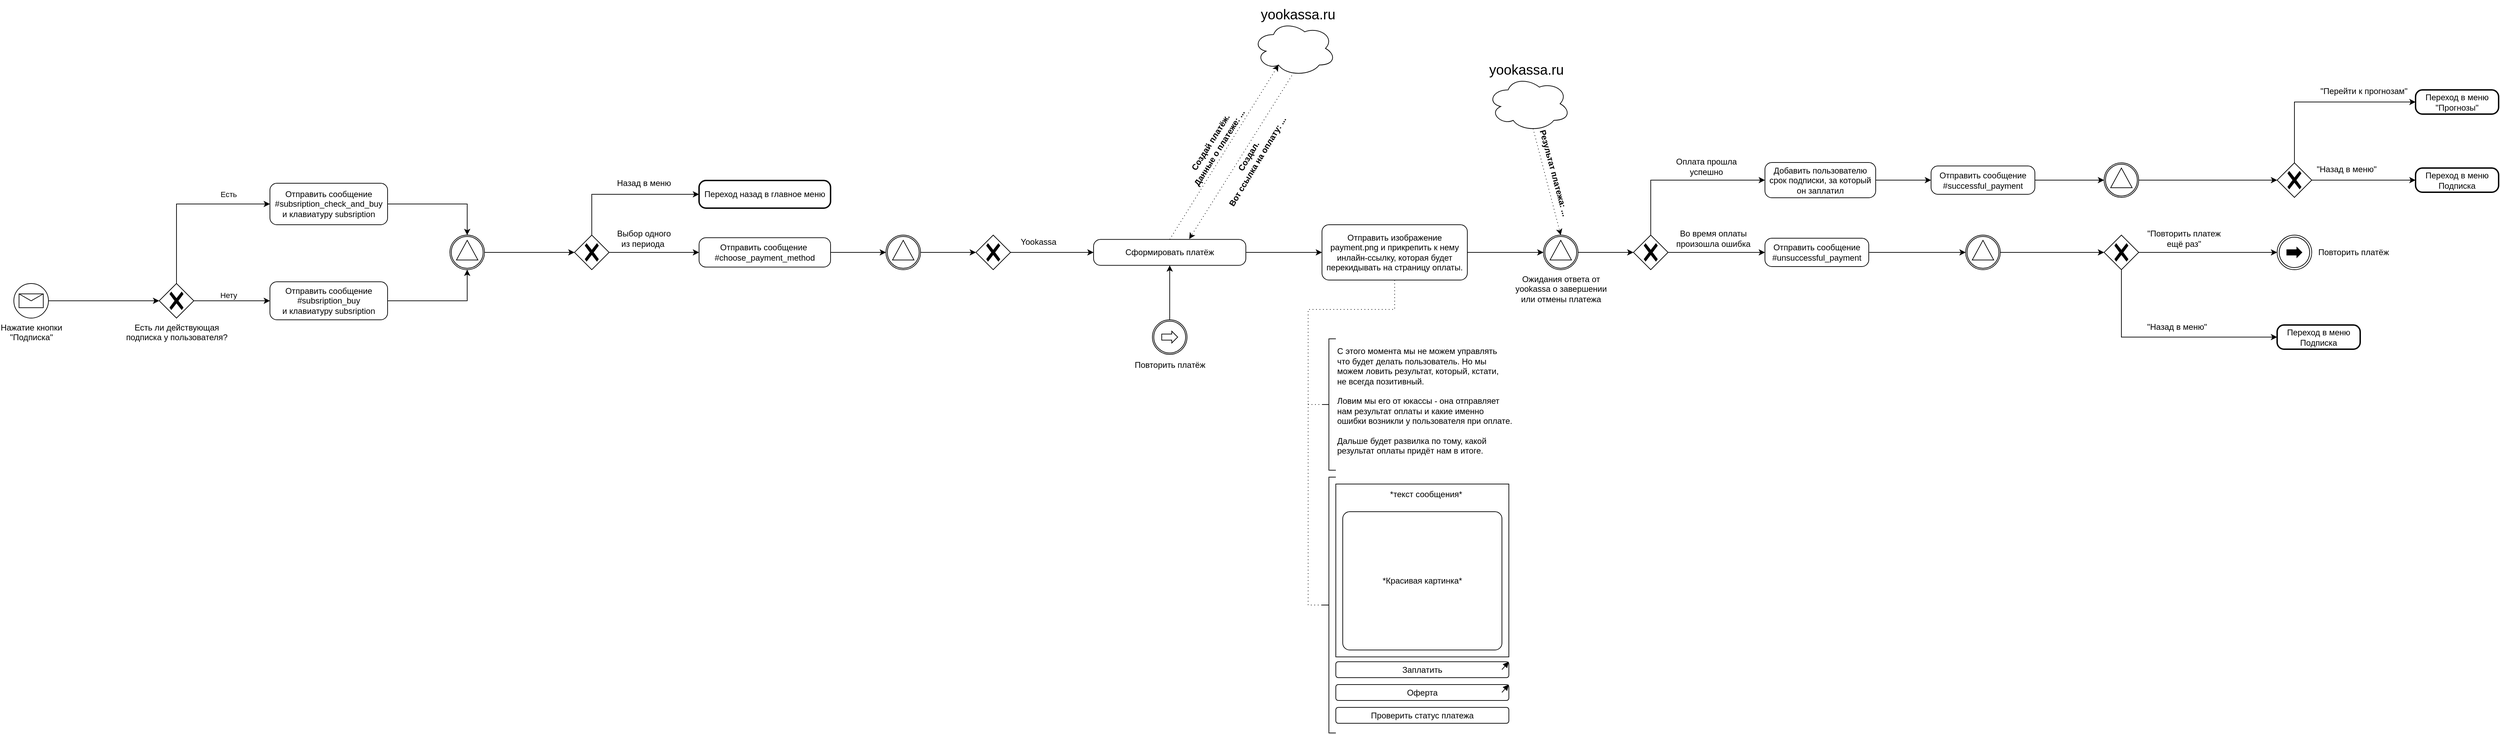
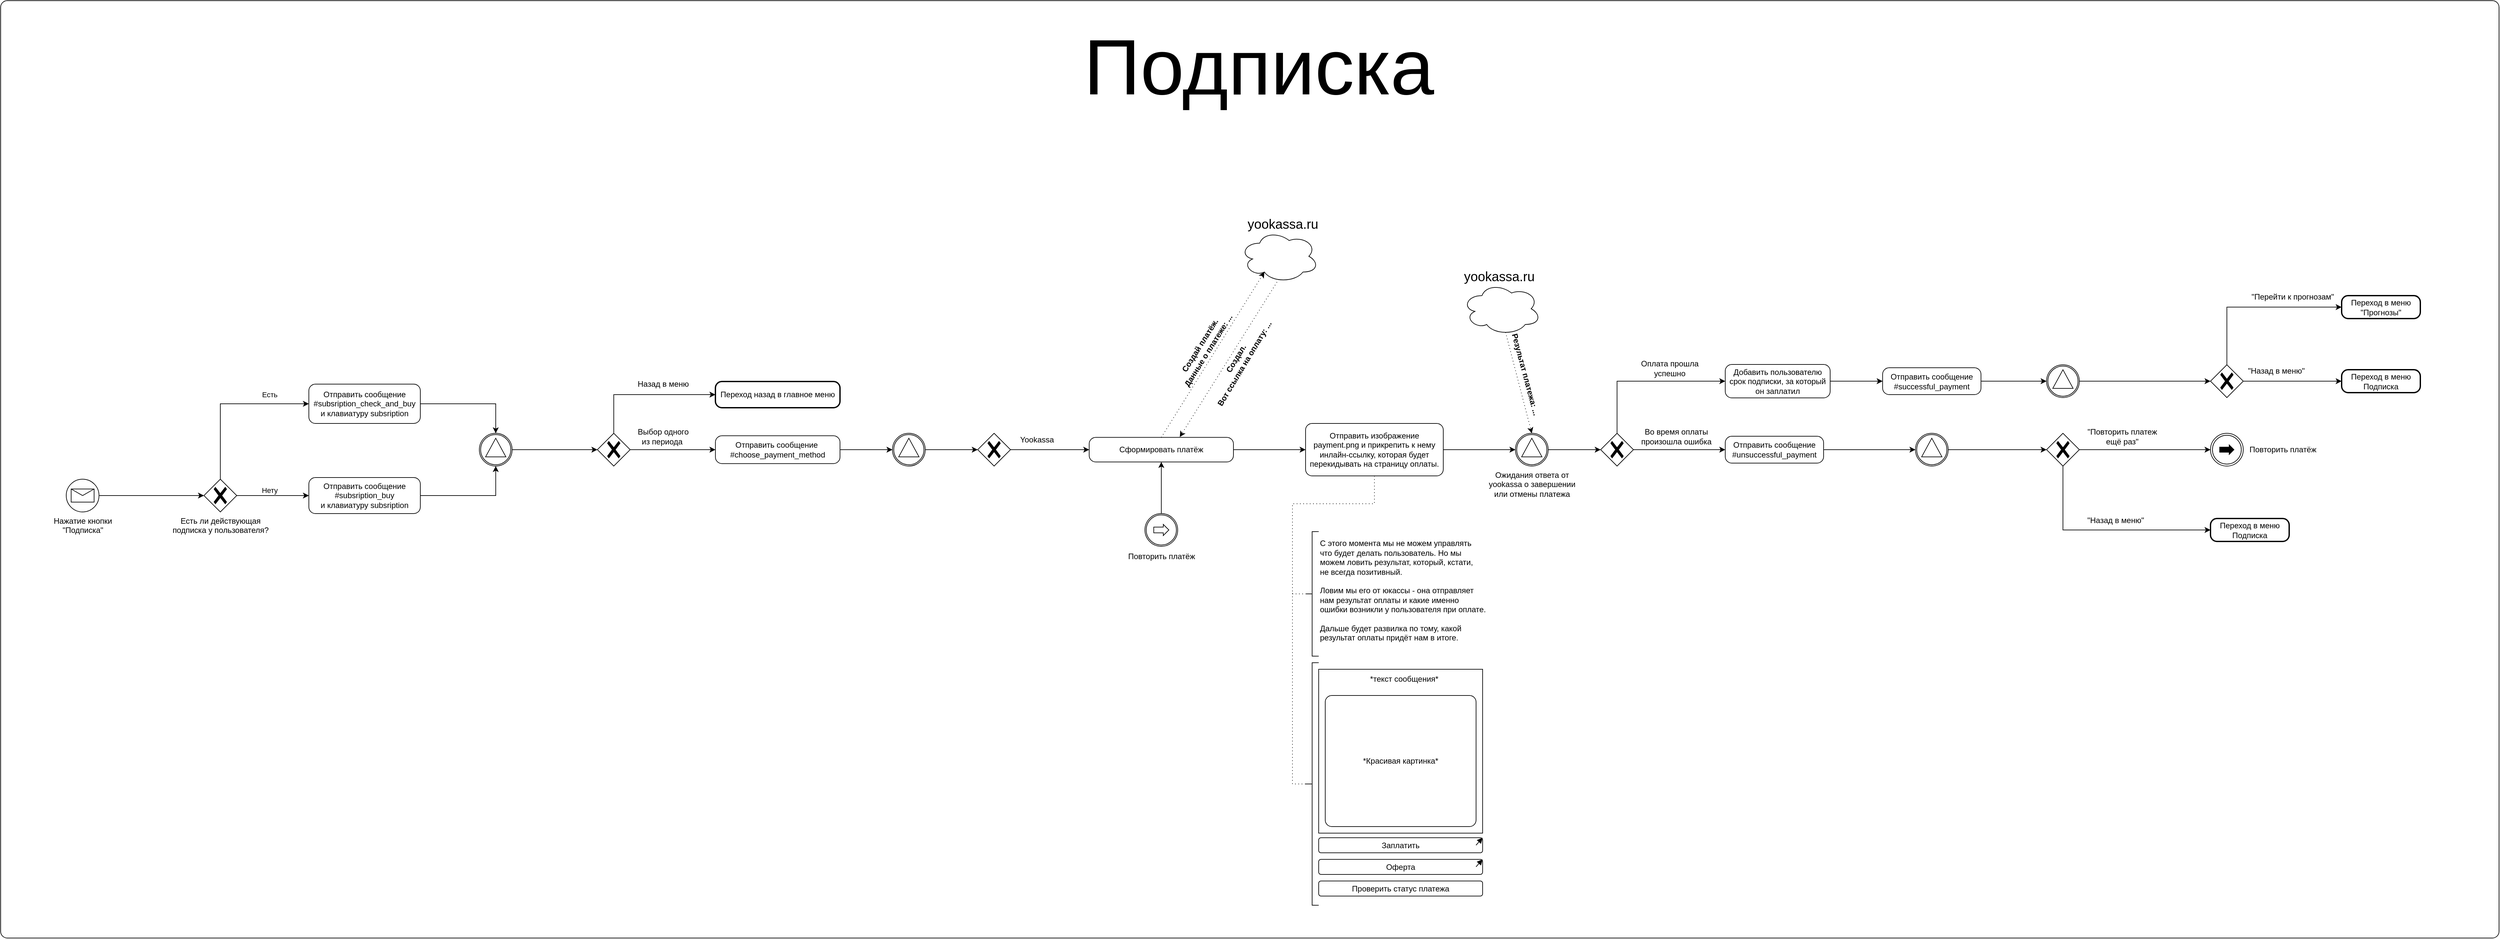
- <mxfile host="app.diagrams.net" modified="2023-09-13T13:39:47.253Z" agent="Mozilla/5.0 (Windows NT 10.0; Win64; x64) AppleWebKit/537.36 (KHTML, like Gecko) Chrome/116.0.0.0 Safari/537.36" etag="viTp61Xx9-LcSARdnPcU" version="21.7.4" type="github">
+ <mxfile host="app.diagrams.net" modified="2023-09-24T17:18:20.935Z" agent="Mozilla/5.0 (Windows NT 10.0; Win64; x64) AppleWebKit/537.36 (KHTML, like Gecko) Chrome/117.0.0.0 Safari/537.36" etag="6R6EO8GtKWrdwXTrS7bM" version="21.8.2" type="github">
  <diagram name="Страница — 1" id="_6Zt3eJy4w_jYMIKWq48">
-     <mxGraphModel dx="759" dy="1230" grid="1" gridSize="10" guides="1" tooltips="1" connect="1" arrows="1" fold="1" page="1" pageScale="1" pageWidth="1169" pageHeight="827" math="0" shadow="0">
+     <mxGraphModel dx="3667" dy="2774" grid="1" gridSize="10" guides="1" tooltips="1" connect="1" arrows="1" fold="1" page="1" pageScale="1" pageWidth="1169" pageHeight="827" math="0" shadow="0">
      <root>
        <mxCell id="0" />
        <mxCell id="1" parent="0" />
        <mxCell id="g65OB6galmypLRfpedKR-5" style="edgeStyle=orthogonalEdgeStyle;rounded=0;orthogonalLoop=1;jettySize=auto;html=1;exitX=1;exitY=0.5;exitDx=0;exitDy=0;exitPerimeter=0;" parent="1" source="g65OB6galmypLRfpedKR-1" target="g65OB6galmypLRfpedKR-4" edge="1">
          <mxGeometry relative="1" as="geometry" />
        </mxCell>
        <mxCell id="g65OB6galmypLRfpedKR-1" value="Нажатие кнопки &lt;br&gt;&quot;Подписка&quot;" style="points=[[0.145,0.145,0],[0.5,0,0],[0.855,0.145,0],[1,0.5,0],[0.855,0.855,0],[0.5,1,0],[0.145,0.855,0],[0,0.5,0]];shape=mxgraph.bpmn.event;html=1;verticalLabelPosition=bottom;labelBackgroundColor=#ffffff;verticalAlign=top;align=center;perimeter=ellipsePerimeter;outlineConnect=0;aspect=fixed;outline=standard;symbol=message;" parent="1" vertex="1">
          <mxGeometry x="590" y="280" width="50" height="50" as="geometry" />
        </mxCell>
        <mxCell id="g65OB6galmypLRfpedKR-8" style="edgeStyle=orthogonalEdgeStyle;rounded=0;orthogonalLoop=1;jettySize=auto;html=1;exitX=1;exitY=0.5;exitDx=0;exitDy=0;exitPerimeter=0;entryX=0;entryY=0.5;entryDx=0;entryDy=0;entryPerimeter=0;" parent="1" source="g65OB6galmypLRfpedKR-4" target="g65OB6galmypLRfpedKR-7" edge="1">
          <mxGeometry relative="1" as="geometry" />
        </mxCell>
        <mxCell id="g65OB6galmypLRfpedKR-9" value="Нету" style="edgeLabel;html=1;align=center;verticalAlign=middle;resizable=0;points=[];" parent="g65OB6galmypLRfpedKR-8" vertex="1" connectable="0">
          <mxGeometry x="-0.1599" y="2" relative="1" as="geometry">
            <mxPoint x="4" y="-6" as="offset" />
          </mxGeometry>
        </mxCell>
        <mxCell id="g65OB6galmypLRfpedKR-11" style="edgeStyle=orthogonalEdgeStyle;rounded=0;orthogonalLoop=1;jettySize=auto;html=1;exitX=0.5;exitY=0;exitDx=0;exitDy=0;exitPerimeter=0;entryX=0;entryY=0.5;entryDx=0;entryDy=0;entryPerimeter=0;" parent="1" source="g65OB6galmypLRfpedKR-4" target="g65OB6galmypLRfpedKR-10" edge="1">
          <mxGeometry relative="1" as="geometry" />
        </mxCell>
        <mxCell id="g65OB6galmypLRfpedKR-4" value="Есть ли действующая &lt;br&gt;подписка у пользователя?" style="points=[[0.25,0.25,0],[0.5,0,0],[0.75,0.25,0],[1,0.5,0],[0.75,0.75,0],[0.5,1,0],[0.25,0.75,0],[0,0.5,0]];shape=mxgraph.bpmn.gateway2;html=1;verticalLabelPosition=bottom;labelBackgroundColor=#ffffff;verticalAlign=top;align=center;perimeter=rhombusPerimeter;outlineConnect=0;outline=none;symbol=none;gwType=exclusive;" parent="1" vertex="1">
          <mxGeometry x="800" y="280" width="50" height="50" as="geometry" />
        </mxCell>
        <mxCell id="g65OB6galmypLRfpedKR-15" style="edgeStyle=orthogonalEdgeStyle;rounded=0;orthogonalLoop=1;jettySize=auto;html=1;exitX=1;exitY=0.5;exitDx=0;exitDy=0;exitPerimeter=0;entryX=0.5;entryY=1;entryDx=0;entryDy=0;entryPerimeter=0;" parent="1" source="g65OB6galmypLRfpedKR-7" target="g65OB6galmypLRfpedKR-13" edge="1">
          <mxGeometry relative="1" as="geometry" />
        </mxCell>
        <mxCell id="g65OB6galmypLRfpedKR-7" value="Отправить сообщение #subsription_buy&lt;br&gt;и клавиатуру subsription" style="points=[[0.25,0,0],[0.5,0,0],[0.75,0,0],[1,0.25,0],[1,0.5,0],[1,0.75,0],[0.75,1,0],[0.5,1,0],[0.25,1,0],[0,0.75,0],[0,0.5,0],[0,0.25,0]];shape=mxgraph.bpmn.task;whiteSpace=wrap;rectStyle=rounded;size=10;html=1;container=1;expand=0;collapsible=0;taskMarker=abstract;" parent="1" vertex="1">
          <mxGeometry x="960" y="277.5" width="170" height="55" as="geometry" />
        </mxCell>
        <mxCell id="g65OB6galmypLRfpedKR-14" style="edgeStyle=orthogonalEdgeStyle;rounded=0;orthogonalLoop=1;jettySize=auto;html=1;exitX=1;exitY=0.5;exitDx=0;exitDy=0;exitPerimeter=0;entryX=0.5;entryY=0;entryDx=0;entryDy=0;entryPerimeter=0;" parent="1" source="g65OB6galmypLRfpedKR-10" target="g65OB6galmypLRfpedKR-13" edge="1">
          <mxGeometry relative="1" as="geometry" />
        </mxCell>
        <mxCell id="g65OB6galmypLRfpedKR-10" value="Отправить сообщение #subsription_check_and_buy&lt;br&gt;и клавиатуру subsription" style="points=[[0.25,0,0],[0.5,0,0],[0.75,0,0],[1,0.25,0],[1,0.5,0],[1,0.75,0],[0.75,1,0],[0.5,1,0],[0.25,1,0],[0,0.75,0],[0,0.5,0],[0,0.25,0]];shape=mxgraph.bpmn.task;whiteSpace=wrap;rectStyle=rounded;size=10;html=1;container=1;expand=0;collapsible=0;taskMarker=abstract;" parent="1" vertex="1">
          <mxGeometry x="960" y="135" width="170" height="60" as="geometry" />
        </mxCell>
        <mxCell id="g65OB6galmypLRfpedKR-12" value="Есть" style="edgeLabel;html=1;align=center;verticalAlign=middle;resizable=0;points=[];" parent="1" vertex="1" connectable="0">
          <mxGeometry x="900" y="151" as="geometry" />
        </mxCell>
        <mxCell id="g65OB6galmypLRfpedKR-18" style="edgeStyle=orthogonalEdgeStyle;rounded=0;orthogonalLoop=1;jettySize=auto;html=1;exitX=1;exitY=0.5;exitDx=0;exitDy=0;exitPerimeter=0;entryX=0;entryY=0.5;entryDx=0;entryDy=0;entryPerimeter=0;" parent="1" source="g65OB6galmypLRfpedKR-13" target="g65OB6galmypLRfpedKR-17" edge="1">
          <mxGeometry relative="1" as="geometry" />
        </mxCell>
        <mxCell id="g65OB6galmypLRfpedKR-13" value="" style="points=[[0.145,0.145,0],[0.5,0,0],[0.855,0.145,0],[1,0.5,0],[0.855,0.855,0],[0.5,1,0],[0.145,0.855,0],[0,0.5,0]];shape=mxgraph.bpmn.event;html=1;verticalLabelPosition=bottom;labelBackgroundColor=#ffffff;verticalAlign=top;align=center;perimeter=ellipsePerimeter;outlineConnect=0;aspect=fixed;outline=catching;symbol=signal;" parent="1" vertex="1">
          <mxGeometry x="1220" y="210" width="50" height="50" as="geometry" />
        </mxCell>
        <mxCell id="g65OB6galmypLRfpedKR-20" style="edgeStyle=orthogonalEdgeStyle;rounded=0;orthogonalLoop=1;jettySize=auto;html=1;exitX=0.5;exitY=0;exitDx=0;exitDy=0;exitPerimeter=0;entryX=0;entryY=0.5;entryDx=0;entryDy=0;entryPerimeter=0;" parent="1" source="g65OB6galmypLRfpedKR-17" target="g65OB6galmypLRfpedKR-19" edge="1">
          <mxGeometry relative="1" as="geometry" />
        </mxCell>
        <mxCell id="g65OB6galmypLRfpedKR-26" style="edgeStyle=orthogonalEdgeStyle;rounded=0;orthogonalLoop=1;jettySize=auto;html=1;exitX=1;exitY=0.5;exitDx=0;exitDy=0;exitPerimeter=0;entryX=0;entryY=0.5;entryDx=0;entryDy=0;entryPerimeter=0;" parent="1" source="g65OB6galmypLRfpedKR-17" target="g65OB6galmypLRfpedKR-25" edge="1">
          <mxGeometry relative="1" as="geometry" />
        </mxCell>
        <mxCell id="g65OB6galmypLRfpedKR-17" value="" style="points=[[0.25,0.25,0],[0.5,0,0],[0.75,0.25,0],[1,0.5,0],[0.75,0.75,0],[0.5,1,0],[0.25,0.75,0],[0,0.5,0]];shape=mxgraph.bpmn.gateway2;html=1;verticalLabelPosition=bottom;labelBackgroundColor=#ffffff;verticalAlign=top;align=center;perimeter=rhombusPerimeter;outlineConnect=0;outline=none;symbol=none;gwType=exclusive;" parent="1" vertex="1">
          <mxGeometry x="1400" y="210" width="50" height="50" as="geometry" />
        </mxCell>
        <mxCell id="g65OB6galmypLRfpedKR-19" value="Переход назад в главное меню" style="points=[[0.25,0,0],[0.5,0,0],[0.75,0,0],[1,0.25,0],[1,0.5,0],[1,0.75,0],[0.75,1,0],[0.5,1,0],[0.25,1,0],[0,0.75,0],[0,0.5,0],[0,0.25,0]];shape=mxgraph.bpmn.task;whiteSpace=wrap;rectStyle=rounded;size=10;html=1;container=1;expand=0;collapsible=0;taskMarker=abstract;strokeWidth=2;" parent="1" vertex="1">
          <mxGeometry x="1580" y="131" width="190" height="40" as="geometry" />
        </mxCell>
        <mxCell id="g65OB6galmypLRfpedKR-21" value="Назад в меню" style="text;html=1;align=center;verticalAlign=middle;resizable=0;points=[];autosize=1;strokeColor=none;fillColor=none;" parent="1" vertex="1">
          <mxGeometry x="1450" y="120" width="100" height="30" as="geometry" />
        </mxCell>
        <mxCell id="g65OB6galmypLRfpedKR-31" style="edgeStyle=orthogonalEdgeStyle;rounded=0;orthogonalLoop=1;jettySize=auto;html=1;exitX=1;exitY=0.5;exitDx=0;exitDy=0;exitPerimeter=0;entryX=0;entryY=0.5;entryDx=0;entryDy=0;entryPerimeter=0;" parent="1" source="g65OB6galmypLRfpedKR-25" target="g65OB6galmypLRfpedKR-29" edge="1">
          <mxGeometry relative="1" as="geometry" />
        </mxCell>
        <mxCell id="g65OB6galmypLRfpedKR-25" value="Отправить сообщение&amp;nbsp;&lt;br&gt;#choose_payment_method" style="points=[[0.25,0,0],[0.5,0,0],[0.75,0,0],[1,0.25,0],[1,0.5,0],[1,0.75,0],[0.75,1,0],[0.5,1,0],[0.25,1,0],[0,0.75,0],[0,0.5,0],[0,0.25,0]];shape=mxgraph.bpmn.task;whiteSpace=wrap;rectStyle=rounded;size=10;html=1;container=1;expand=0;collapsible=0;taskMarker=abstract;" parent="1" vertex="1">
          <mxGeometry x="1580" y="213.75" width="190" height="42.5" as="geometry" />
        </mxCell>
        <mxCell id="g65OB6galmypLRfpedKR-27" value="Выбор одного &lt;br&gt;из периода&amp;nbsp;" style="text;html=1;align=center;verticalAlign=middle;resizable=0;points=[];autosize=1;strokeColor=none;fillColor=none;" parent="1" vertex="1">
          <mxGeometry x="1450" y="195" width="100" height="40" as="geometry" />
        </mxCell>
        <mxCell id="g65OB6galmypLRfpedKR-28" style="edgeStyle=orthogonalEdgeStyle;rounded=0;orthogonalLoop=1;jettySize=auto;html=1;exitX=1;exitY=0.5;exitDx=0;exitDy=0;exitPerimeter=0;entryX=0;entryY=0.5;entryDx=0;entryDy=0;entryPerimeter=0;" parent="1" source="g65OB6galmypLRfpedKR-29" target="g65OB6galmypLRfpedKR-30" edge="1">
          <mxGeometry relative="1" as="geometry" />
        </mxCell>
        <mxCell id="g65OB6galmypLRfpedKR-29" value="" style="points=[[0.145,0.145,0],[0.5,0,0],[0.855,0.145,0],[1,0.5,0],[0.855,0.855,0],[0.5,1,0],[0.145,0.855,0],[0,0.5,0]];shape=mxgraph.bpmn.event;html=1;verticalLabelPosition=bottom;labelBackgroundColor=#ffffff;verticalAlign=top;align=center;perimeter=ellipsePerimeter;outlineConnect=0;aspect=fixed;outline=catching;symbol=signal;" parent="1" vertex="1">
          <mxGeometry x="1850" y="210" width="50" height="50" as="geometry" />
        </mxCell>
        <mxCell id="g65OB6galmypLRfpedKR-34" style="edgeStyle=orthogonalEdgeStyle;rounded=0;orthogonalLoop=1;jettySize=auto;html=1;exitX=1;exitY=0.5;exitDx=0;exitDy=0;exitPerimeter=0;" parent="1" source="g65OB6galmypLRfpedKR-30" target="g65OB6galmypLRfpedKR-32" edge="1">
          <mxGeometry relative="1" as="geometry" />
        </mxCell>
        <mxCell id="g65OB6galmypLRfpedKR-30" value="" style="points=[[0.25,0.25,0],[0.5,0,0],[0.75,0.25,0],[1,0.5,0],[0.75,0.75,0],[0.5,1,0],[0.25,0.75,0],[0,0.5,0]];shape=mxgraph.bpmn.gateway2;html=1;verticalLabelPosition=bottom;labelBackgroundColor=#ffffff;verticalAlign=top;align=center;perimeter=rhombusPerimeter;outlineConnect=0;outline=none;symbol=none;gwType=exclusive;" parent="1" vertex="1">
          <mxGeometry x="1980" y="210" width="50" height="50" as="geometry" />
        </mxCell>
        <mxCell id="g65OB6galmypLRfpedKR-37" style="rounded=0;orthogonalLoop=1;jettySize=auto;html=1;exitX=0.5;exitY=0;exitDx=0;exitDy=0;exitPerimeter=0;entryX=0.31;entryY=0.8;entryDx=0;entryDy=0;entryPerimeter=0;strokeColor=default;dashed=1;dashPattern=1 4;" parent="1" source="g65OB6galmypLRfpedKR-32" target="g65OB6galmypLRfpedKR-36" edge="1">
          <mxGeometry relative="1" as="geometry" />
        </mxCell>
        <mxCell id="g65OB6galmypLRfpedKR-46" style="edgeStyle=orthogonalEdgeStyle;rounded=0;orthogonalLoop=1;jettySize=auto;html=1;exitX=1;exitY=0.5;exitDx=0;exitDy=0;exitPerimeter=0;entryX=0;entryY=0.5;entryDx=0;entryDy=0;entryPerimeter=0;" parent="1" source="g65OB6galmypLRfpedKR-32" target="g65OB6galmypLRfpedKR-45" edge="1">
          <mxGeometry relative="1" as="geometry" />
        </mxCell>
        <mxCell id="g65OB6galmypLRfpedKR-32" value="Сформировать платёж" style="points=[[0.25,0,0],[0.5,0,0],[0.75,0,0],[1,0.25,0],[1,0.5,0],[1,0.75,0],[0.75,1,0],[0.5,1,0],[0.25,1,0],[0,0.75,0],[0,0.5,0],[0,0.25,0]];shape=mxgraph.bpmn.task;whiteSpace=wrap;rectStyle=rounded;size=10;html=1;container=1;expand=0;collapsible=0;taskMarker=abstract;" parent="1" vertex="1">
          <mxGeometry x="2150" y="216.25" width="220" height="37.5" as="geometry" />
        </mxCell>
        <mxCell id="g65OB6galmypLRfpedKR-35" value="Yookassa" style="text;html=1;align=center;verticalAlign=middle;resizable=0;points=[];autosize=1;strokeColor=none;fillColor=none;" parent="1" vertex="1">
          <mxGeometry x="2030" y="205" width="80" height="30" as="geometry" />
        </mxCell>
        <mxCell id="g65OB6galmypLRfpedKR-39" style="rounded=0;orthogonalLoop=1;jettySize=auto;html=1;exitX=0.492;exitY=0.939;exitDx=0;exitDy=0;exitPerimeter=0;dashed=1;dashPattern=1 4;entryX=0.628;entryY=-0.016;entryDx=0;entryDy=0;entryPerimeter=0;" parent="1" source="g65OB6galmypLRfpedKR-36" target="g65OB6galmypLRfpedKR-32" edge="1">
          <mxGeometry relative="1" as="geometry">
            <mxPoint x="2290" y="210" as="targetPoint" />
          </mxGeometry>
        </mxCell>
        <mxCell id="g65OB6galmypLRfpedKR-36" value="" style="ellipse;shape=cloud;whiteSpace=wrap;html=1;" parent="1" vertex="1">
          <mxGeometry x="2380" y="-100" width="120" height="80" as="geometry" />
        </mxCell>
        <mxCell id="g65OB6galmypLRfpedKR-38" value="Создай платёж. &lt;br&gt;Данные о платеже: ..." style="text;html=1;align=center;verticalAlign=middle;resizable=0;points=[];autosize=1;strokeColor=none;fillColor=none;rotation=302;fontStyle=1" parent="1" vertex="1">
          <mxGeometry x="2250" y="60" width="150" height="40" as="geometry" />
        </mxCell>
        <mxCell id="g65OB6galmypLRfpedKR-40" value="Создал. &lt;br&gt;Вот ссылка на оплату: ..." style="text;html=1;align=center;verticalAlign=middle;resizable=0;points=[];autosize=1;strokeColor=none;fillColor=none;rotation=301;fontStyle=1" parent="1" vertex="1">
          <mxGeometry x="2295" y="80" width="170" height="40" as="geometry" />
        </mxCell>
        <mxCell id="g65OB6galmypLRfpedKR-44" value="yookassa.ru" style="text;html=1;align=center;verticalAlign=middle;resizable=0;points=[];autosize=1;strokeColor=none;fillColor=none;fontSize=20;" parent="1" vertex="1">
          <mxGeometry x="2380" y="-130" width="130" height="40" as="geometry" />
        </mxCell>
        <mxCell id="g65OB6galmypLRfpedKR-48" style="edgeStyle=orthogonalEdgeStyle;rounded=0;orthogonalLoop=1;jettySize=auto;html=1;exitX=0.5;exitY=1;exitDx=0;exitDy=0;exitPerimeter=0;entryX=0;entryY=0.5;entryDx=0;entryDy=0;entryPerimeter=0;endArrow=none;endFill=0;dashed=1;dashPattern=1 4;" parent="1" source="g65OB6galmypLRfpedKR-45" target="g65OB6galmypLRfpedKR-47" edge="1">
          <mxGeometry relative="1" as="geometry" />
        </mxCell>
        <mxCell id="g65OB6galmypLRfpedKR-56" style="edgeStyle=orthogonalEdgeStyle;rounded=0;orthogonalLoop=1;jettySize=auto;html=1;exitX=1;exitY=0.5;exitDx=0;exitDy=0;exitPerimeter=0;" parent="1" source="g65OB6galmypLRfpedKR-45" target="g65OB6galmypLRfpedKR-54" edge="1">
          <mxGeometry relative="1" as="geometry" />
        </mxCell>
        <mxCell id="g65OB6galmypLRfpedKR-45" value="Отправить изображение payment.png и прикрепить к нему инлайн-ссылку, которая будет перекидывать на страницу оплаты." style="points=[[0.25,0,0],[0.5,0,0],[0.75,0,0],[1,0.25,0],[1,0.5,0],[1,0.75,0],[0.75,1,0],[0.5,1,0],[0.25,1,0],[0,0.75,0],[0,0.5,0],[0,0.25,0]];shape=mxgraph.bpmn.task;whiteSpace=wrap;rectStyle=rounded;size=10;html=1;container=1;expand=0;collapsible=0;taskMarker=abstract;" parent="1" vertex="1">
          <mxGeometry x="2480" y="195" width="210" height="80" as="geometry" />
        </mxCell>
        <mxCell id="g65OB6galmypLRfpedKR-50" value="" style="group" parent="1" vertex="1" connectable="0">
          <mxGeometry x="2480" y="390" width="300" height="160" as="geometry" />
        </mxCell>
        <mxCell id="g65OB6galmypLRfpedKR-47" value="" style="html=1;shape=mxgraph.flowchart.annotation_2;align=left;labelPosition=right;" parent="g65OB6galmypLRfpedKR-50" vertex="1">
          <mxGeometry y="-30" width="20" height="190" as="geometry" />
        </mxCell>
        <mxCell id="g65OB6galmypLRfpedKR-49" value="С этого момента мы не можем управлять&lt;br&gt;что будет делать пользователь. Но мы&lt;br&gt;можем ловить результат, который, кстати,&lt;br&gt;не всегда позитивный. &lt;br&gt;&lt;br&gt;Ловим мы его от юкассы - она отправляет &lt;br&gt;нам результат оплаты и какие именно &lt;br&gt;ошибки возникли у пользователя при оплате.&lt;br&gt;&lt;br&gt;Дальше будет развилка по тому, какой &lt;br&gt;результат оплаты придёт нам в итоге." style="text;html=1;align=left;verticalAlign=middle;resizable=0;points=[];autosize=1;strokeColor=none;fillColor=none;" parent="g65OB6galmypLRfpedKR-50" vertex="1">
          <mxGeometry x="20" y="-25" width="280" height="170" as="geometry" />
        </mxCell>
        <mxCell id="g65OB6galmypLRfpedKR-53" style="edgeStyle=orthogonalEdgeStyle;rounded=0;orthogonalLoop=1;jettySize=auto;html=1;exitX=1;exitY=0.5;exitDx=0;exitDy=0;exitPerimeter=0;entryX=0;entryY=0.5;entryDx=0;entryDy=0;entryPerimeter=0;" parent="1" source="g65OB6galmypLRfpedKR-54" target="g65OB6galmypLRfpedKR-55" edge="1">
          <mxGeometry relative="1" as="geometry" />
        </mxCell>
        <mxCell id="g65OB6galmypLRfpedKR-54" value="Ожидания ответа от &lt;br&gt;yookassa о&amp;nbsp;завершении&lt;br&gt;или отмены платежа" style="points=[[0.145,0.145,0],[0.5,0,0],[0.855,0.145,0],[1,0.5,0],[0.855,0.855,0],[0.5,1,0],[0.145,0.855,0],[0,0.5,0]];shape=mxgraph.bpmn.event;html=1;verticalLabelPosition=bottom;labelBackgroundColor=#ffffff;verticalAlign=top;align=center;perimeter=ellipsePerimeter;outlineConnect=0;aspect=fixed;outline=catching;symbol=signal;" parent="1" vertex="1">
          <mxGeometry x="2800" y="210" width="50" height="50" as="geometry" />
        </mxCell>
        <mxCell id="g65OB6galmypLRfpedKR-66" style="edgeStyle=orthogonalEdgeStyle;rounded=0;orthogonalLoop=1;jettySize=auto;html=1;exitX=0.5;exitY=0;exitDx=0;exitDy=0;exitPerimeter=0;entryX=0;entryY=0.5;entryDx=0;entryDy=0;entryPerimeter=0;" parent="1" source="g65OB6galmypLRfpedKR-55" target="g65OB6galmypLRfpedKR-65" edge="1">
          <mxGeometry relative="1" as="geometry" />
        </mxCell>
        <mxCell id="g65OB6galmypLRfpedKR-70" style="edgeStyle=orthogonalEdgeStyle;rounded=0;orthogonalLoop=1;jettySize=auto;html=1;exitX=1;exitY=0.5;exitDx=0;exitDy=0;exitPerimeter=0;entryX=0;entryY=0.5;entryDx=0;entryDy=0;entryPerimeter=0;" parent="1" source="g65OB6galmypLRfpedKR-55" target="g65OB6galmypLRfpedKR-69" edge="1">
          <mxGeometry relative="1" as="geometry" />
        </mxCell>
        <mxCell id="g65OB6galmypLRfpedKR-55" value="" style="points=[[0.25,0.25,0],[0.5,0,0],[0.75,0.25,0],[1,0.5,0],[0.75,0.75,0],[0.5,1,0],[0.25,0.75,0],[0,0.5,0]];shape=mxgraph.bpmn.gateway2;html=1;verticalLabelPosition=bottom;labelBackgroundColor=#ffffff;verticalAlign=top;align=center;perimeter=rhombusPerimeter;outlineConnect=0;outline=none;symbol=none;gwType=exclusive;" parent="1" vertex="1">
          <mxGeometry x="2930" y="210" width="50" height="50" as="geometry" />
        </mxCell>
        <mxCell id="g65OB6galmypLRfpedKR-82" style="edgeStyle=orthogonalEdgeStyle;rounded=0;orthogonalLoop=1;jettySize=auto;html=1;exitX=1;exitY=0.5;exitDx=0;exitDy=0;exitPerimeter=0;entryX=0;entryY=0.5;entryDx=0;entryDy=0;entryPerimeter=0;" parent="1" source="g65OB6galmypLRfpedKR-57" target="g65OB6galmypLRfpedKR-81" edge="1">
          <mxGeometry relative="1" as="geometry" />
        </mxCell>
        <mxCell id="g65OB6galmypLRfpedKR-57" value="Отправить сообщение #successful_payment" style="points=[[0.25,0,0],[0.5,0,0],[0.75,0,0],[1,0.25,0],[1,0.5,0],[1,0.75,0],[0.75,1,0],[0.5,1,0],[0.25,1,0],[0,0.75,0],[0,0.5,0],[0,0.25,0]];shape=mxgraph.bpmn.task;whiteSpace=wrap;rectStyle=rounded;size=10;html=1;container=1;expand=0;collapsible=0;taskMarker=abstract;" parent="1" vertex="1">
          <mxGeometry x="3360" y="110" width="150" height="41" as="geometry" />
        </mxCell>
        <mxCell id="g65OB6galmypLRfpedKR-61" style="rounded=0;orthogonalLoop=1;jettySize=auto;html=1;exitX=0.55;exitY=0.95;exitDx=0;exitDy=0;exitPerimeter=0;entryX=0.5;entryY=0;entryDx=0;entryDy=0;entryPerimeter=0;dashed=1;dashPattern=1 4;" parent="1" source="g65OB6galmypLRfpedKR-59" target="g65OB6galmypLRfpedKR-54" edge="1">
          <mxGeometry relative="1" as="geometry" />
        </mxCell>
        <mxCell id="g65OB6galmypLRfpedKR-59" value="" style="ellipse;shape=cloud;whiteSpace=wrap;html=1;" parent="1" vertex="1">
          <mxGeometry x="2719" y="-20" width="120" height="80" as="geometry" />
        </mxCell>
        <mxCell id="g65OB6galmypLRfpedKR-60" value="yookassa.ru" style="text;html=1;align=center;verticalAlign=middle;resizable=0;points=[];autosize=1;strokeColor=none;fillColor=none;fontSize=20;" parent="1" vertex="1">
          <mxGeometry x="2710" y="-50" width="130" height="40" as="geometry" />
        </mxCell>
        <mxCell id="g65OB6galmypLRfpedKR-63" value="Результат платежа: ..." style="text;html=1;align=center;verticalAlign=middle;resizable=0;points=[];autosize=1;strokeColor=none;fillColor=none;rotation=75;fontStyle=1" parent="1" vertex="1">
          <mxGeometry x="2740" y="105" width="150" height="30" as="geometry" />
        </mxCell>
        <mxCell id="g65OB6galmypLRfpedKR-64" value="Оплата прошла&lt;br&gt;успешно" style="text;html=1;align=center;verticalAlign=middle;resizable=0;points=[];autosize=1;strokeColor=none;fillColor=none;" parent="1" vertex="1">
          <mxGeometry x="2980" y="91" width="110" height="40" as="geometry" />
        </mxCell>
        <mxCell id="g65OB6galmypLRfpedKR-67" style="edgeStyle=orthogonalEdgeStyle;rounded=0;orthogonalLoop=1;jettySize=auto;html=1;exitX=1;exitY=0.5;exitDx=0;exitDy=0;exitPerimeter=0;entryX=0;entryY=0.5;entryDx=0;entryDy=0;entryPerimeter=0;" parent="1" source="g65OB6galmypLRfpedKR-65" target="g65OB6galmypLRfpedKR-57" edge="1">
          <mxGeometry relative="1" as="geometry" />
        </mxCell>
        <mxCell id="g65OB6galmypLRfpedKR-65" value="Добавить пользователю срок подписки, за который он заплатил" style="points=[[0.25,0,0],[0.5,0,0],[0.75,0,0],[1,0.25,0],[1,0.5,0],[1,0.75,0],[0.75,1,0],[0.5,1,0],[0.25,1,0],[0,0.75,0],[0,0.5,0],[0,0.25,0]];shape=mxgraph.bpmn.task;whiteSpace=wrap;rectStyle=rounded;size=10;html=1;container=1;expand=0;collapsible=0;taskMarker=abstract;" parent="1" vertex="1">
          <mxGeometry x="3120" y="105" width="160" height="51" as="geometry" />
        </mxCell>
        <mxCell id="g65OB6galmypLRfpedKR-78" style="edgeStyle=orthogonalEdgeStyle;rounded=0;orthogonalLoop=1;jettySize=auto;html=1;exitX=1;exitY=0.5;exitDx=0;exitDy=0;exitPerimeter=0;entryX=0;entryY=0.5;entryDx=0;entryDy=0;entryPerimeter=0;" parent="1" source="g65OB6galmypLRfpedKR-69" target="g65OB6galmypLRfpedKR-77" edge="1">
          <mxGeometry relative="1" as="geometry" />
        </mxCell>
        <mxCell id="g65OB6galmypLRfpedKR-69" value="Отправить сообщение #unsuccessful_payment" style="points=[[0.25,0,0],[0.5,0,0],[0.75,0,0],[1,0.25,0],[1,0.5,0],[1,0.75,0],[0.75,1,0],[0.5,1,0],[0.25,1,0],[0,0.75,0],[0,0.5,0],[0,0.25,0]];shape=mxgraph.bpmn.task;whiteSpace=wrap;rectStyle=rounded;size=10;html=1;container=1;expand=0;collapsible=0;taskMarker=abstract;" parent="1" vertex="1">
          <mxGeometry x="3120" y="214.5" width="150" height="41" as="geometry" />
        </mxCell>
        <mxCell id="g65OB6galmypLRfpedKR-86" style="edgeStyle=orthogonalEdgeStyle;rounded=0;orthogonalLoop=1;jettySize=auto;html=1;exitX=1;exitY=0.5;exitDx=0;exitDy=0;exitPerimeter=0;entryX=0;entryY=0.5;entryDx=0;entryDy=0;entryPerimeter=0;" parent="1" source="g65OB6galmypLRfpedKR-74" target="g65OB6galmypLRfpedKR-85" edge="1">
          <mxGeometry relative="1" as="geometry">
            <mxPoint x="3910" y="130" as="sourcePoint" />
          </mxGeometry>
        </mxCell>
        <mxCell id="g65OB6galmypLRfpedKR-108" style="edgeStyle=orthogonalEdgeStyle;rounded=0;orthogonalLoop=1;jettySize=auto;html=1;exitX=1;exitY=0.5;exitDx=0;exitDy=0;exitPerimeter=0;entryX=0;entryY=0.5;entryDx=0;entryDy=0;entryPerimeter=0;" parent="1" source="g65OB6galmypLRfpedKR-71" target="g65OB6galmypLRfpedKR-103" edge="1">
          <mxGeometry relative="1" as="geometry" />
        </mxCell>
        <mxCell id="g65OB6galmypLRfpedKR-110" style="edgeStyle=orthogonalEdgeStyle;rounded=0;orthogonalLoop=1;jettySize=auto;html=1;exitX=0.5;exitY=1;exitDx=0;exitDy=0;exitPerimeter=0;entryX=0;entryY=0.5;entryDx=0;entryDy=0;entryPerimeter=0;" parent="1" source="g65OB6galmypLRfpedKR-71" target="g65OB6galmypLRfpedKR-109" edge="1">
          <mxGeometry relative="1" as="geometry" />
        </mxCell>
        <mxCell id="g65OB6galmypLRfpedKR-71" value="" style="points=[[0.25,0.25,0],[0.5,0,0],[0.75,0.25,0],[1,0.5,0],[0.75,0.75,0],[0.5,1,0],[0.25,0.75,0],[0,0.5,0]];shape=mxgraph.bpmn.gateway2;html=1;verticalLabelPosition=bottom;labelBackgroundColor=#ffffff;verticalAlign=top;align=center;perimeter=rhombusPerimeter;outlineConnect=0;outline=none;symbol=none;gwType=exclusive;" parent="1" vertex="1">
          <mxGeometry x="3610" y="210" width="50" height="50" as="geometry" />
        </mxCell>
        <mxCell id="g65OB6galmypLRfpedKR-73" value="Во время оплаты&lt;br&gt;произошла ошибка" style="text;html=1;align=center;verticalAlign=middle;resizable=0;points=[];autosize=1;strokeColor=none;fillColor=none;" parent="1" vertex="1">
          <mxGeometry x="2980" y="195" width="130" height="40" as="geometry" />
        </mxCell>
        <mxCell id="g65OB6galmypLRfpedKR-89" style="edgeStyle=orthogonalEdgeStyle;rounded=0;orthogonalLoop=1;jettySize=auto;html=1;exitX=0.5;exitY=0;exitDx=0;exitDy=0;exitPerimeter=0;entryX=0;entryY=0.5;entryDx=0;entryDy=0;entryPerimeter=0;" parent="1" source="g65OB6galmypLRfpedKR-74" target="g65OB6galmypLRfpedKR-88" edge="1">
          <mxGeometry relative="1" as="geometry" />
        </mxCell>
        <mxCell id="g65OB6galmypLRfpedKR-74" value="" style="points=[[0.25,0.25,0],[0.5,0,0],[0.75,0.25,0],[1,0.5,0],[0.75,0.75,0],[0.5,1,0],[0.25,0.75,0],[0,0.5,0]];shape=mxgraph.bpmn.gateway2;html=1;verticalLabelPosition=bottom;labelBackgroundColor=#ffffff;verticalAlign=top;align=center;perimeter=rhombusPerimeter;outlineConnect=0;outline=none;symbol=none;gwType=exclusive;" parent="1" vertex="1">
          <mxGeometry x="3860" y="105.5" width="50" height="50" as="geometry" />
        </mxCell>
        <mxCell id="g65OB6galmypLRfpedKR-79" style="edgeStyle=orthogonalEdgeStyle;rounded=0;orthogonalLoop=1;jettySize=auto;html=1;exitX=1;exitY=0.5;exitDx=0;exitDy=0;exitPerimeter=0;entryX=0;entryY=0.5;entryDx=0;entryDy=0;entryPerimeter=0;" parent="1" source="g65OB6galmypLRfpedKR-77" target="g65OB6galmypLRfpedKR-71" edge="1">
          <mxGeometry relative="1" as="geometry" />
        </mxCell>
        <mxCell id="g65OB6galmypLRfpedKR-77" value="" style="points=[[0.145,0.145,0],[0.5,0,0],[0.855,0.145,0],[1,0.5,0],[0.855,0.855,0],[0.5,1,0],[0.145,0.855,0],[0,0.5,0]];shape=mxgraph.bpmn.event;html=1;verticalLabelPosition=bottom;labelBackgroundColor=#ffffff;verticalAlign=top;align=center;perimeter=ellipsePerimeter;outlineConnect=0;aspect=fixed;outline=catching;symbol=signal;" parent="1" vertex="1">
          <mxGeometry x="3410" y="210" width="50" height="50" as="geometry" />
        </mxCell>
        <mxCell id="g65OB6galmypLRfpedKR-83" style="edgeStyle=orthogonalEdgeStyle;rounded=0;orthogonalLoop=1;jettySize=auto;html=1;exitX=1;exitY=0.5;exitDx=0;exitDy=0;exitPerimeter=0;" parent="1" source="g65OB6galmypLRfpedKR-81" target="g65OB6galmypLRfpedKR-74" edge="1">
          <mxGeometry relative="1" as="geometry" />
        </mxCell>
        <mxCell id="g65OB6galmypLRfpedKR-81" value="" style="points=[[0.145,0.145,0],[0.5,0,0],[0.855,0.145,0],[1,0.5,0],[0.855,0.855,0],[0.5,1,0],[0.145,0.855,0],[0,0.5,0]];shape=mxgraph.bpmn.event;html=1;verticalLabelPosition=bottom;labelBackgroundColor=#ffffff;verticalAlign=top;align=center;perimeter=ellipsePerimeter;outlineConnect=0;aspect=fixed;outline=catching;symbol=signal;" parent="1" vertex="1">
          <mxGeometry x="3610" y="105.5" width="50" height="50" as="geometry" />
        </mxCell>
        <mxCell id="g65OB6galmypLRfpedKR-85" value="Переход в меню Подписка" style="points=[[0.25,0,0],[0.5,0,0],[0.75,0,0],[1,0.25,0],[1,0.5,0],[1,0.75,0],[0.75,1,0],[0.5,1,0],[0.25,1,0],[0,0.75,0],[0,0.5,0],[0,0.25,0]];shape=mxgraph.bpmn.task;whiteSpace=wrap;rectStyle=rounded;size=10;html=1;container=1;expand=0;collapsible=0;taskMarker=abstract;strokeWidth=2;" parent="1" vertex="1">
          <mxGeometry x="4060" y="113" width="120" height="35" as="geometry" />
        </mxCell>
        <mxCell id="g65OB6galmypLRfpedKR-87" value="&quot;Назад в меню&quot;" style="text;html=1;align=center;verticalAlign=middle;resizable=0;points=[];autosize=1;strokeColor=none;fillColor=none;" parent="1" vertex="1">
          <mxGeometry x="3905" y="100" width="110" height="30" as="geometry" />
        </mxCell>
        <mxCell id="g65OB6galmypLRfpedKR-88" value="Переход в меню &quot;Прогнозы&quot;" style="points=[[0.25,0,0],[0.5,0,0],[0.75,0,0],[1,0.25,0],[1,0.5,0],[1,0.75,0],[0.75,1,0],[0.5,1,0],[0.25,1,0],[0,0.75,0],[0,0.5,0],[0,0.25,0]];shape=mxgraph.bpmn.task;whiteSpace=wrap;rectStyle=rounded;size=10;html=1;container=1;expand=0;collapsible=0;taskMarker=abstract;strokeWidth=2;" parent="1" vertex="1">
          <mxGeometry x="4060" width="120" height="35" as="geometry" />
        </mxCell>
        <mxCell id="g65OB6galmypLRfpedKR-90" value="&quot;Перейти к прогнозам&quot;" style="text;html=1;align=center;verticalAlign=middle;resizable=0;points=[];autosize=1;strokeColor=none;fillColor=none;" parent="1" vertex="1">
          <mxGeometry x="3910" y="-13" width="150" height="30" as="geometry" />
        </mxCell>
        <mxCell id="g65OB6galmypLRfpedKR-95" value="&quot;Повторить платеж &lt;br&gt;ещё раз&quot;" style="text;html=1;align=center;verticalAlign=middle;resizable=0;points=[];autosize=1;strokeColor=none;fillColor=none;" parent="1" vertex="1">
          <mxGeometry x="3660" y="195" width="130" height="40" as="geometry" />
        </mxCell>
        <mxCell id="g65OB6galmypLRfpedKR-97" style="edgeStyle=orthogonalEdgeStyle;rounded=0;orthogonalLoop=1;jettySize=auto;html=1;exitX=0.5;exitY=0;exitDx=0;exitDy=0;exitPerimeter=0;entryX=0.5;entryY=1;entryDx=0;entryDy=0;entryPerimeter=0;" parent="1" source="g65OB6galmypLRfpedKR-96" target="g65OB6galmypLRfpedKR-32" edge="1">
          <mxGeometry relative="1" as="geometry" />
        </mxCell>
        <mxCell id="g65OB6galmypLRfpedKR-96" value="" style="points=[[0.145,0.145,0],[0.5,0,0],[0.855,0.145,0],[1,0.5,0],[0.855,0.855,0],[0.5,1,0],[0.145,0.855,0],[0,0.5,0]];shape=mxgraph.bpmn.event;html=1;verticalLabelPosition=bottom;labelBackgroundColor=#ffffff;verticalAlign=top;align=center;perimeter=ellipsePerimeter;outlineConnect=0;aspect=fixed;outline=catching;symbol=link;" parent="1" vertex="1">
          <mxGeometry x="2235" y="332.5" width="50" height="50" as="geometry" />
        </mxCell>
        <mxCell id="g65OB6galmypLRfpedKR-98" value="Повторить платёж" style="text;html=1;align=center;verticalAlign=middle;resizable=0;points=[];autosize=1;strokeColor=none;fillColor=none;" parent="1" vertex="1">
          <mxGeometry x="2195" y="382.5" width="130" height="30" as="geometry" />
        </mxCell>
        <mxCell id="g65OB6galmypLRfpedKR-103" value="" style="points=[[0.145,0.145,0],[0.5,0,0],[0.855,0.145,0],[1,0.5,0],[0.855,0.855,0],[0.5,1,0],[0.145,0.855,0],[0,0.5,0]];shape=mxgraph.bpmn.event;html=1;verticalLabelPosition=bottom;labelBackgroundColor=#ffffff;verticalAlign=top;align=center;perimeter=ellipsePerimeter;outlineConnect=0;aspect=fixed;outline=throwing;symbol=link;" parent="1" vertex="1">
          <mxGeometry x="3860" y="210" width="50" height="50" as="geometry" />
        </mxCell>
        <mxCell id="g65OB6galmypLRfpedKR-109" value="Переход в меню Подписка" style="points=[[0.25,0,0],[0.5,0,0],[0.75,0,0],[1,0.25,0],[1,0.5,0],[1,0.75,0],[0.75,1,0],[0.5,1,0],[0.25,1,0],[0,0.75,0],[0,0.5,0],[0,0.25,0]];shape=mxgraph.bpmn.task;whiteSpace=wrap;rectStyle=rounded;size=10;html=1;container=1;expand=0;collapsible=0;taskMarker=abstract;strokeWidth=2;" parent="1" vertex="1">
          <mxGeometry x="3860" y="340" width="120" height="35" as="geometry" />
        </mxCell>
        <mxCell id="g65OB6galmypLRfpedKR-111" value="&quot;Назад в меню&quot;" style="text;html=1;align=center;verticalAlign=middle;resizable=0;points=[];autosize=1;strokeColor=none;fillColor=none;" parent="1" vertex="1">
          <mxGeometry x="3660" y="328" width="110" height="30" as="geometry" />
        </mxCell>
        <mxCell id="g65OB6galmypLRfpedKR-113" value="Повторить платёж" style="text;html=1;align=center;verticalAlign=middle;resizable=0;points=[];autosize=1;strokeColor=none;fillColor=none;" parent="1" vertex="1">
          <mxGeometry x="3905" y="220" width="130" height="30" as="geometry" />
        </mxCell>
-         <mxCell id="OVOjqrZOAJo-4PfDmddq-5" style="edgeStyle=orthogonalEdgeStyle;rounded=0;orthogonalLoop=1;jettySize=auto;html=1;dashed=1;dashPattern=1 4;endArrow=none;endFill=0;" edge="1" parent="1" source="OVOjqrZOAJo-4PfDmddq-4">
+         <mxCell id="OVOjqrZOAJo-4PfDmddq-5" style="edgeStyle=orthogonalEdgeStyle;rounded=0;orthogonalLoop=1;jettySize=auto;html=1;dashed=1;dashPattern=1 4;endArrow=none;endFill=0;" parent="1" source="OVOjqrZOAJo-4PfDmddq-4" edge="1">
          <mxGeometry relative="1" as="geometry">
            <mxPoint x="2460" y="450" as="targetPoint" />
          </mxGeometry>
        </mxCell>
-         <mxCell id="OVOjqrZOAJo-4PfDmddq-4" value="" style="html=1;shape=mxgraph.flowchart.annotation_2;align=left;labelPosition=right;" vertex="1" parent="1">
+         <mxCell id="OVOjqrZOAJo-4PfDmddq-4" value="" style="html=1;shape=mxgraph.flowchart.annotation_2;align=left;labelPosition=right;" parent="1" vertex="1">
          <mxGeometry x="2480" y="560" width="20" height="370" as="geometry" />
        </mxCell>
-         <mxCell id="OVOjqrZOAJo-4PfDmddq-6" value="" style="whiteSpace=wrap;html=1;aspect=fixed;" vertex="1" parent="1">
+         <mxCell id="OVOjqrZOAJo-4PfDmddq-6" value="" style="whiteSpace=wrap;html=1;aspect=fixed;" parent="1" vertex="1">
          <mxGeometry x="2500" y="570" width="250" height="250" as="geometry" />
        </mxCell>
-         <mxCell id="OVOjqrZOAJo-4PfDmddq-7" value="*текст сообщения*" style="text;html=1;align=center;verticalAlign=middle;resizable=0;points=[];autosize=1;strokeColor=none;fillColor=none;" vertex="1" parent="1">
+         <mxCell id="OVOjqrZOAJo-4PfDmddq-7" value="*текст сообщения*" style="text;html=1;align=center;verticalAlign=middle;resizable=0;points=[];autosize=1;strokeColor=none;fillColor=none;" parent="1" vertex="1">
          <mxGeometry x="2565" y="570" width="130" height="30" as="geometry" />
        </mxCell>
-         <mxCell id="OVOjqrZOAJo-4PfDmddq-8" value="*Красивая картинка*" style="points=[[0.25,0,0],[0.5,0,0],[0.75,0,0],[1,0.25,0],[1,0.5,0],[1,0.75,0],[0.75,1,0],[0.5,1,0],[0.25,1,0],[0,0.75,0],[0,0.5,0],[0,0.25,0]];shape=mxgraph.bpmn.task;whiteSpace=wrap;rectStyle=rounded;size=10;html=1;container=1;expand=0;collapsible=0;taskMarker=abstract;" vertex="1" parent="1">
+         <mxCell id="OVOjqrZOAJo-4PfDmddq-8" value="*Красивая картинка*" style="points=[[0.25,0,0],[0.5,0,0],[0.75,0,0],[1,0.25,0],[1,0.5,0],[1,0.75,0],[0.75,1,0],[0.5,1,0],[0.25,1,0],[0,0.75,0],[0,0.5,0],[0,0.25,0]];shape=mxgraph.bpmn.task;whiteSpace=wrap;rectStyle=rounded;size=10;html=1;container=1;expand=0;collapsible=0;taskMarker=abstract;" parent="1" vertex="1">
          <mxGeometry x="2510" y="610" width="230" height="200" as="geometry" />
        </mxCell>
-         <mxCell id="OVOjqrZOAJo-4PfDmddq-9" value="Заплатить" style="rounded=1;whiteSpace=wrap;html=1;" vertex="1" parent="1">
+         <mxCell id="OVOjqrZOAJo-4PfDmddq-9" value="Заплатить" style="rounded=1;whiteSpace=wrap;html=1;" parent="1" vertex="1">
          <mxGeometry x="2500" y="827" width="250" height="23" as="geometry" />
        </mxCell>
-         <mxCell id="OVOjqrZOAJo-4PfDmddq-10" value="Оферта" style="rounded=1;whiteSpace=wrap;html=1;" vertex="1" parent="1">
+         <mxCell id="OVOjqrZOAJo-4PfDmddq-10" value="Оферта" style="rounded=1;whiteSpace=wrap;html=1;" parent="1" vertex="1">
          <mxGeometry x="2500" y="860" width="250" height="23" as="geometry" />
        </mxCell>
-         <mxCell id="OVOjqrZOAJo-4PfDmddq-13" value="Проверить статус платежа" style="rounded=1;whiteSpace=wrap;html=1;" vertex="1" parent="1">
+         <mxCell id="OVOjqrZOAJo-4PfDmddq-13" value="Проверить статус платежа" style="rounded=1;whiteSpace=wrap;html=1;" parent="1" vertex="1">
          <mxGeometry x="2500" y="893" width="250" height="23" as="geometry" />
        </mxCell>
-         <mxCell id="OVOjqrZOAJo-4PfDmddq-16" value="" style="fontSize=12;html=1;endArrow=block;endFill=1;rounded=0;" edge="1" parent="1">
+         <mxCell id="OVOjqrZOAJo-4PfDmddq-16" value="" style="fontSize=12;html=1;endArrow=block;endFill=1;rounded=0;" parent="1" edge="1">
          <mxGeometry width="160" relative="1" as="geometry">
            <mxPoint x="2740" y="871.36" as="sourcePoint" />
            <mxPoint x="2750" y="860" as="targetPoint" />
          </mxGeometry>
        </mxCell>
-         <mxCell id="OVOjqrZOAJo-4PfDmddq-17" value="" style="fontSize=12;html=1;endArrow=block;endFill=1;rounded=0;" edge="1" parent="1">
+         <mxCell id="OVOjqrZOAJo-4PfDmddq-17" value="" style="fontSize=12;html=1;endArrow=block;endFill=1;rounded=0;" parent="1" edge="1">
          <mxGeometry width="160" relative="1" as="geometry">
            <mxPoint x="2740" y="838.36" as="sourcePoint" />
            <mxPoint x="2750" y="827" as="targetPoint" />
          </mxGeometry>
+         </mxCell>
+         <mxCell id="QHCwXvTtazNGujEeIkUf-1" value="" style="points=[[0.25,0,0],[0.5,0,0],[0.75,0,0],[1,0.25,0],[1,0.5,0],[1,0.75,0],[0.75,1,0],[0.5,1,0],[0.25,1,0],[0,0.75,0],[0,0.5,0],[0,0.25,0]];shape=mxgraph.bpmn.task;whiteSpace=wrap;rectStyle=rounded;size=10;html=1;container=1;expand=0;collapsible=0;taskMarker=abstract;fillColor=none;" vertex="1" parent="1">
+           <mxGeometry x="490" y="-450" width="3810" height="1430" as="geometry" />
+         </mxCell>
+         <mxCell id="QHCwXvTtazNGujEeIkUf-2" value="Подписка&amp;nbsp;" style="text;html=1;align=center;verticalAlign=middle;resizable=0;points=[];autosize=1;strokeColor=none;fillColor=none;fontSize=120;" vertex="1" parent="QHCwXvTtazNGujEeIkUf-1">
+           <mxGeometry x="1640" y="20" width="590" height="160" as="geometry" />
        </mxCell>
      </root>
    </mxGraphModel>
  </diagram>
</mxfile>
